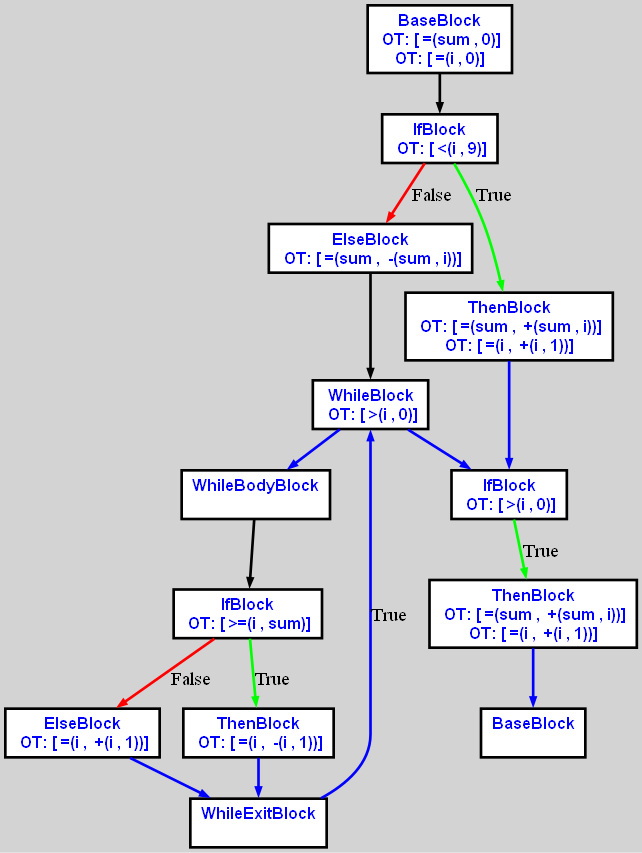
Above: cpoCompilerWin/cfgi0.dot.png in aveen007/CountingMonkeys (Graphviz), before the change. Its source is kept beside it as cpoCompilerWin/cfgi0.dot. Source of this version:
```dot
digraph G {
ordering=out;
ranksep=.4;
bgcolor="lightgrey";  node [shape=box, fixedsize=false, fontsize=12, fontname="Helvetica-bold", fontcolor="blue"
width=.25, height=.25, color="black", fillcolor="white", style="filled, solid, bold"];

edge [arrowsize=.5, color="black", style="bold"]    n000002A464740DE0 [label="BaseBlock\n OT: [ =(sum , 0)]
OT: [ =(i , 0)]
"]
    n000002A464740DE0 -> n000002A4647411D0
    n000002A4647411D0 [label="IfBlock\n OT: [ <(i , 9)]
"]
    n000002A4647411D0 -> n000002A4647410F0 [label="False" color="red"]
    n000002A4647410F0 [label="ElseBlock\n OT: [ =(sum ,  -(sum , i))]
"]
    n000002A4647410F0 -> n000002A464740830
    n000002A464740830 [label="WhileBlock\n OT: [ >(i , 0)]
"]
    n000002A464740830 -> n000002A464740D00 [ color="blue"]
    n000002A464740D00 [label="WhileBodyBlock\n "]
    n000002A464740D00 -> n000002A464740F30
    n000002A464740F30 [label="IfBlock\n OT: [ >=(i , sum)]
"]
    n000002A464740F30 -> n000002A464740BB0 [label="False" color="red"]
    n000002A464740BB0 [label="ElseBlock\n OT: [ =(i ,  +(i , 1))]
"]
    n000002A464740BB0 -> n000002A464741400 [ color="blue"]
    n000002A464740F30 -> n000002A4647414E0 [label="True" color="green"]
    n000002A4647414E0 [label="ThenBlock\n OT: [ =(i ,  -(i , 1))]
"]
    n000002A4647414E0 -> n000002A464741400 [ color="blue"]
    n000002A464741400 [label="WhileExitBlock\n "]
    n000002A464741400 -> n000002A464740830 [label="True" color="blue"]
    n000002A464740830 -> n000002A464741240 [ color="blue"]
    n000002A4647411D0 -> n000002A464740C90 [label="True" color="green"]
    n000002A464740C90 [label="ThenBlock\n OT: [ =(sum ,  +(sum , i))]
OT: [ =(i ,  +(i , 1))]
"]
    n000002A464740C90 -> n000002A464741240 [ color="blue"]
    n000002A464741240 [label="IfBlock\n OT: [ >(i , 0)]
"]
    n000002A464741240 -> n000002A464741390 [label="True" color="green"]
    n000002A464741390 [label="ThenBlock\n OT: [ =(sum ,  +(sum , i))]
OT: [ =(i ,  +(i , 1))]
"]
    n000002A464741390 -> n000002A464741550 [ color="blue"]
    n000002A464741550 [label="BaseBlock\n "]
}
```
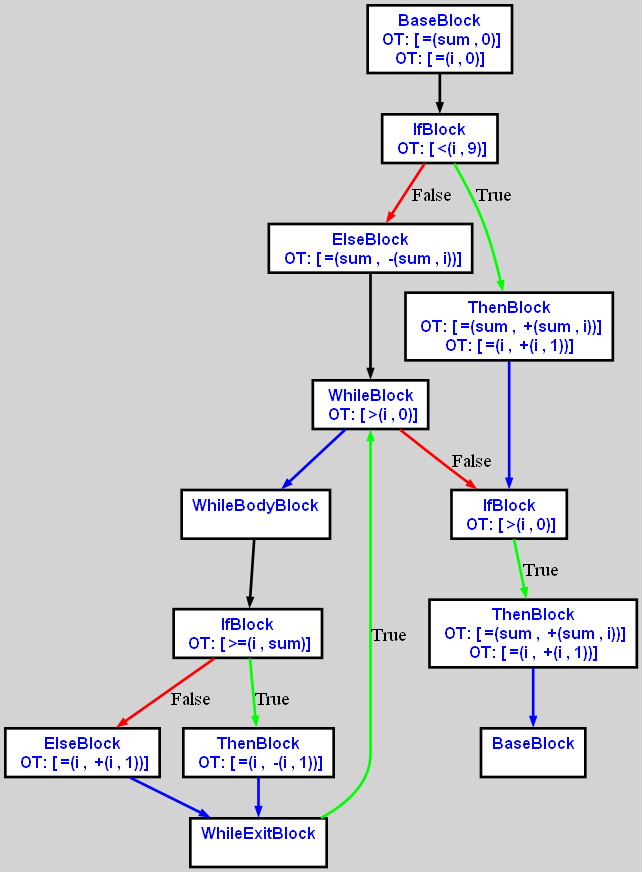
Above is the later version.

Change to the diagram source:
```diff
@@ -4,45 +4,45 @@
 bgcolor="lightgrey";  node [shape=box, fixedsize=false, fontsize=12, fontname="Helvetica-bold", fontcolor="blue"
 width=.25, height=.25, color="black", fillcolor="white", style="filled, solid, bold"];
 
-edge [arrowsize=.5, color="black", style="bold"]    n000002A464740DE0 [label="BaseBlock\n OT: [ =(sum , 0)]
+edge [arrowsize=.5, color="black", style="bold"]    n000001F50CCC1070 [label="BaseBlock\n OT: [ =(sum , 0)]
 OT: [ =(i , 0)]
 "]
-    n000002A464740DE0 -> n000002A4647411D0
-    n000002A4647411D0 [label="IfBlock\n OT: [ <(i , 9)]
+    n000001F50CCC1070 -> n000001F50CCC0A50
+    n000001F50CCC0A50 [label="IfBlock\n OT: [ <(i , 9)]
 "]
-    n000002A4647411D0 -> n000002A4647410F0 [label="False" color="red"]
-    n000002A4647410F0 [label="ElseBlock\n OT: [ =(sum ,  -(sum , i))]
+    n000001F50CCC0A50 -> n000001F50CCC0CF0 [label="False" color="red"]
+    n000001F50CCC0CF0 [label="ElseBlock\n OT: [ =(sum ,  -(sum , i))]
 "]
-    n000002A4647410F0 -> n000002A464740830
-    n000002A464740830 [label="WhileBlock\n OT: [ >(i , 0)]
+    n000001F50CCC0CF0 -> n000001F50CCC0C10
+    n000001F50CCC0C10 [label="WhileBlock\n OT: [ >(i , 0)]
 "]
-    n000002A464740830 -> n000002A464740D00 [ color="blue"]
-    n000002A464740D00 [label="WhileBodyBlock\n "]
-    n000002A464740D00 -> n000002A464740F30
-    n000002A464740F30 [label="IfBlock\n OT: [ >=(i , sum)]
+    n000001F50CCC0C10 -> n000001F50CCC1150 [ color="blue"]
+    n000001F50CCC1150 [label="WhileBodyBlock\n "]
+    n000001F50CCC1150 -> n000001F50CCC1540
+    n000001F50CCC1540 [label="IfBlock\n OT: [ >=(i , sum)]
 "]
-    n000002A464740F30 -> n000002A464740BB0 [label="False" color="red"]
-    n000002A464740BB0 [label="ElseBlock\n OT: [ =(i ,  +(i , 1))]
+    n000001F50CCC1540 -> n000001F50CCC1310 [label="False" color="red"]
+    n000001F50CCC1310 [label="ElseBlock\n OT: [ =(i ,  +(i , 1))]
 "]
-    n000002A464740BB0 -> n000002A464741400 [ color="blue"]
-    n000002A464740F30 -> n000002A4647414E0 [label="True" color="green"]
-    n000002A4647414E0 [label="ThenBlock\n OT: [ =(i ,  -(i , 1))]
+    n000001F50CCC1310 -> n000001F50CCC15B0 [ color="blue"]
+    n000001F50CCC1540 -> n000001F50CCC12A0 [label="True" color="green"]
+    n000001F50CCC12A0 [label="ThenBlock\n OT: [ =(i ,  -(i , 1))]
 "]
-    n000002A4647414E0 -> n000002A464741400 [ color="blue"]
-    n000002A464741400 [label="WhileExitBlock\n "]
-    n000002A464741400 -> n000002A464740830 [label="True" color="blue"]
-    n000002A464740830 -> n000002A464741240 [ color="blue"]
-    n000002A4647411D0 -> n000002A464740C90 [label="True" color="green"]
-    n000002A464740C90 [label="ThenBlock\n OT: [ =(sum ,  +(sum , i))]
+    n000001F50CCC12A0 -> n000001F50CCC15B0 [ color="blue"]
+    n000001F50CCC15B0 [label="WhileExitBlock\n "]
+    n000001F50CCC15B0 -> n000001F50CCC0C10 [label="True" color="green"]
+    n000001F50CCC0C10 -> n000001F50CCC1000 [label="False" color="red"]
+    n000001F50CCC0A50 -> n000001F50CCC0BA0 [label="True" color="green"]
+    n000001F50CCC0BA0 [label="ThenBlock\n OT: [ =(sum ,  +(sum , i))]
 OT: [ =(i ,  +(i , 1))]
 "]
-    n000002A464740C90 -> n000002A464741240 [ color="blue"]
-    n000002A464741240 [label="IfBlock\n OT: [ >(i , 0)]
+    n000001F50CCC0BA0 -> n000001F50CCC1000 [ color="blue"]
+    n000001F50CCC1000 [label="IfBlock\n OT: [ >(i , 0)]
 "]
-    n000002A464741240 -> n000002A464741390 [label="True" color="green"]
-    n000002A464741390 [label="ThenBlock\n OT: [ =(sum ,  +(sum , i))]
+    n000001F50CCC1000 -> n000001F50CCC0C80 [label="True" color="green"]
+    n000001F50CCC0C80 [label="ThenBlock\n OT: [ =(sum ,  +(sum , i))]
 OT: [ =(i ,  +(i , 1))]
 "]
-    n000002A464741390 -> n000002A464741550 [ color="blue"]
-    n000002A464741550 [label="BaseBlock\n "]
+    n000001F50CCC0C80 -> n000001F50CCC09E0 [ color="blue"]
+    n000001F50CCC09E0 [label="BaseBlock\n "]
 }
```
